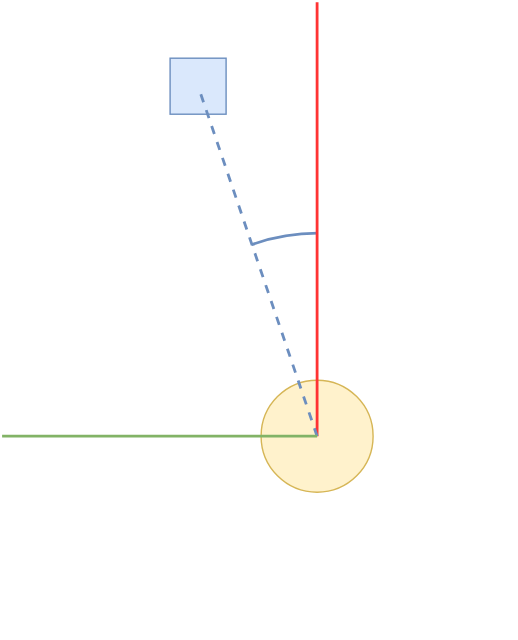
Before: Figures/figqYaw.drawio.svg, a diagram exported from draw.io (orjano-max/ORJANOS_MASTER_REPO). Source tidied: cells renumbered, new cells last; positions are measured from the earlier drawing's top-left corner, leaving out a move shared by most shapes. The source it was exported from:
```xml
<mxGraphModel>
  <root>
    <mxCell id="0" />
    <mxCell id="1" parent="0" />
    <mxCell id="2" style="verticalLabelPosition=bottom;verticalAlign=top;html=1;shape=mxgraph.basic.arc;startAngle=0.9462657520218857;endAngle=0;strokeWidth=2;fillColor=#dae8fc;strokeColor=#6c8ebf;" parent="1" vertex="1">
      <mxGeometry x="83" y="165" width="285" height="290" as="geometry" />
    </mxCell>
    <mxCell id="3" style="ellipse;whiteSpace=wrap;html=1;fillColor=#fff2cc;strokeColor=#d6b656;" parent="1" vertex="1">
      <mxGeometry x="185" y="270" width="80" height="80" as="geometry" />
    </mxCell>
    <mxCell id="4" style="endArrow=none;html=1;rounded=0;strokeWidth=2;strokeColor=#FF3333;" parent="1" edge="1">
      <mxGeometry relative="1" as="geometry">
        <mxPoint x="225" y="310" as="sourcePoint" />
        <mxPoint x="225" as="targetPoint" />
      </mxGeometry>
    </mxCell>
    <mxCell id="5" style="whiteSpace=wrap;html=1;fillColor=#dae8fc;strokeColor=#6c8ebf;" parent="1" vertex="1">
      <mxGeometry x="120" y="40" width="40" height="40" as="geometry" />
    </mxCell>
    <mxCell id="6" style="endArrow=none;dashed=1;html=1;rounded=0;strokeWidth=2;strokeColor=#6c8ebf;fillColor=#dae8fc;" parent="1" edge="1">
      <mxGeometry relative="1" as="geometry">
        <mxPoint x="225" y="310" as="sourcePoint" />
        <mxPoint x="140" y="60" as="targetPoint" />
      </mxGeometry>
    </mxCell>
    <mxCell id="7" style="endArrow=none;html=1;rounded=0;strokeWidth=2;strokeColor=#82b366;fillColor=#d5e8d4;" parent="1" edge="1">
      <mxGeometry relative="1" as="geometry">
        <mxPoint x="225" y="310" as="sourcePoint" />
        <mxPoint y="310" as="targetPoint" />
      </mxGeometry>
    </mxCell>
  </root>
</mxGraphModel>
```
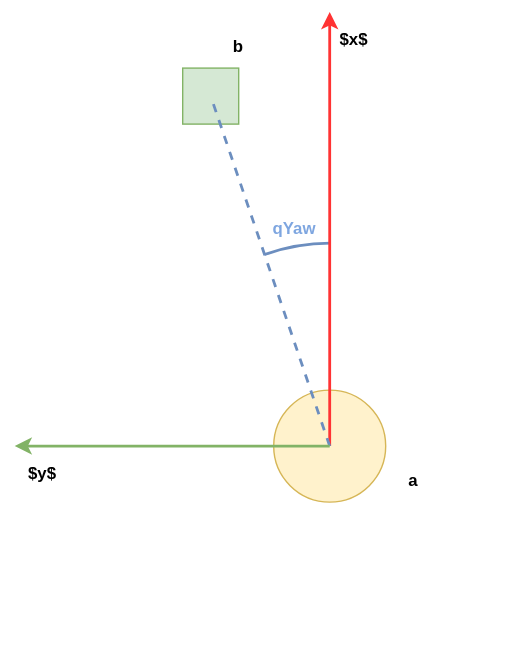
The same file after the commit.

What changed in the source:
```diff
@@ -8,13 +8,13 @@
     <mxCell id="3" style="ellipse;whiteSpace=wrap;html=1;fillColor=#fff2cc;strokeColor=#d6b656;" parent="1" vertex="1">
       <mxGeometry x="185" y="270" width="80" height="80" as="geometry" />
     </mxCell>
-    <mxCell id="4" style="endArrow=none;html=1;rounded=0;strokeWidth=2;strokeColor=#FF3333;" parent="1" edge="1">
+    <mxCell id="4" style="endArrow=classic;html=1;rounded=0;strokeWidth=2;strokeColor=#FF3333;startArrow=none;startFill=0;endFill=1;" parent="1" edge="1">
       <mxGeometry relative="1" as="geometry">
         <mxPoint x="225" y="310" as="sourcePoint" />
         <mxPoint x="225" as="targetPoint" />
       </mxGeometry>
     </mxCell>
-    <mxCell id="5" style="whiteSpace=wrap;html=1;fillColor=#dae8fc;strokeColor=#6c8ebf;" parent="1" vertex="1">
+    <mxCell id="5" style="whiteSpace=wrap;html=1;fillColor=#d5e8d4;strokeColor=#82b366;" parent="1" vertex="1">
       <mxGeometry x="120" y="40" width="40" height="40" as="geometry" />
     </mxCell>
     <mxCell id="6" style="endArrow=none;dashed=1;html=1;rounded=0;strokeWidth=2;strokeColor=#6c8ebf;fillColor=#dae8fc;" parent="1" edge="1">
@@ -23,11 +23,26 @@
         <mxPoint x="140" y="60" as="targetPoint" />
       </mxGeometry>
     </mxCell>
-    <mxCell id="7" style="endArrow=none;html=1;rounded=0;strokeWidth=2;strokeColor=#82b366;fillColor=#d5e8d4;" parent="1" edge="1">
+    <mxCell id="7" style="endArrow=classic;html=1;rounded=0;strokeWidth=2;strokeColor=#82b366;fillColor=#d5e8d4;endFill=1;" parent="1" edge="1">
       <mxGeometry relative="1" as="geometry">
         <mxPoint x="225" y="310" as="sourcePoint" />
         <mxPoint y="310" as="targetPoint" />
       </mxGeometry>
     </mxCell>
+    <mxCell id="8" value="&lt;b&gt;qYaw&lt;/b&gt;" style="text;html=1;strokeColor=none;fillColor=none;align=center;verticalAlign=middle;whiteSpace=wrap;rounded=0;fontColor=#7EA6E0;" parent="1" vertex="1">
+      <mxGeometry x="170" y="140" width="60" height="30" as="geometry" />
+    </mxCell>
+    <mxCell id="9" value="&lt;b&gt;a&lt;/b&gt;" style="text;html=1;strokeColor=none;fillColor=none;align=center;verticalAlign=middle;whiteSpace=wrap;rounded=0;" parent="1" vertex="1">
+      <mxGeometry x="265" y="320" width="40" height="30" as="geometry" />
+    </mxCell>
+    <mxCell id="10" value="&lt;b&gt;b&lt;/b&gt;" style="text;html=1;strokeColor=none;fillColor=none;align=center;verticalAlign=middle;whiteSpace=wrap;rounded=0;" parent="1" vertex="1">
+      <mxGeometry x="140" y="10" width="40" height="30" as="geometry" />
+    </mxCell>
+    <mxCell id="11" value="&lt;b&gt;$x$&lt;/b&gt;" style="text;html=1;strokeColor=none;fillColor=none;align=center;verticalAlign=middle;whiteSpace=wrap;rounded=0;" parent="1" vertex="1">
+      <mxGeometry x="230" y="10" width="25" height="20" as="geometry" />
+    </mxCell>
+    <mxCell id="12" value="&lt;b&gt;$y$&lt;/b&gt;" style="text;html=1;strokeColor=none;fillColor=none;align=center;verticalAlign=middle;whiteSpace=wrap;rounded=0;" parent="1" vertex="1">
+      <mxGeometry x="-10" y="320" width="60" height="20" as="geometry" />
+    </mxCell>
   </root>
 </mxGraphModel>
```
